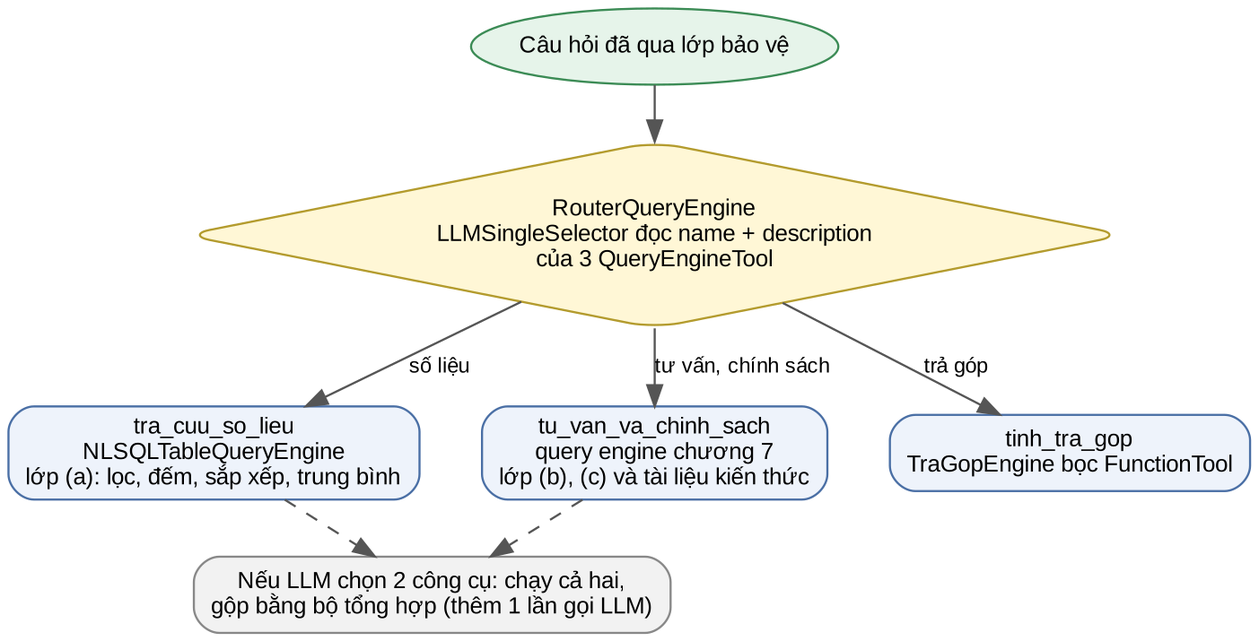
Before: hinh/hinh_8_router.png, a diagram exported from Graphviz (npone25/LlamaIndex_RAG_Tech). Its source is kept beside it as hinh/hinh_8_router.dot. Source of this version:
```dot
digraph G {
  rankdir=TB; nodesep=0.4; ranksep=0.35;
  node [shape=box, style="rounded,filled", fillcolor="#eef3fb", color="#4a6fa5", fontname="Liberation Sans", fontsize=11];
  edge [color="#555555", fontname="Liberation Sans", fontsize=10];
  q [label="Câu hỏi đã qua lớp bảo vệ", shape=ellipse, fillcolor="#e6f4ea", color="#3b8b55"];
  r [label="RouterQueryEngine\nLLMSingleSelector đọc name + description\ncủa 3 QueryEngineTool", shape=diamond, fillcolor="#fff7d6", color="#b39b2d"];
  a [label="tra_cuu_so_lieu\nNLSQLTableQueryEngine\nlớp (a): lọc, đếm, sắp xếp, trung bình"];
  b [label="tu_van_va_chinh_sach\nquery engine chương 7\nlớp (b), (c) và tài liệu kiến thức"];
  c [label="tinh_tra_gop\nTraGopEngine bọc FunctionTool"];
  m [label="Nếu LLM chọn 2 công cụ: chạy cả hai,\ngộp bằng bộ tổng hợp (thêm 1 lần gọi LLM)", fillcolor="#f2f2f2", color="#888888"];
  q -> r;
  r -> a [label="số liệu"];
  r -> b [label="tư vấn, chính sách"];
  r -> c [label="trả góp"];
  a -> m [style=dashed]; b -> m [style=dashed];
}
```
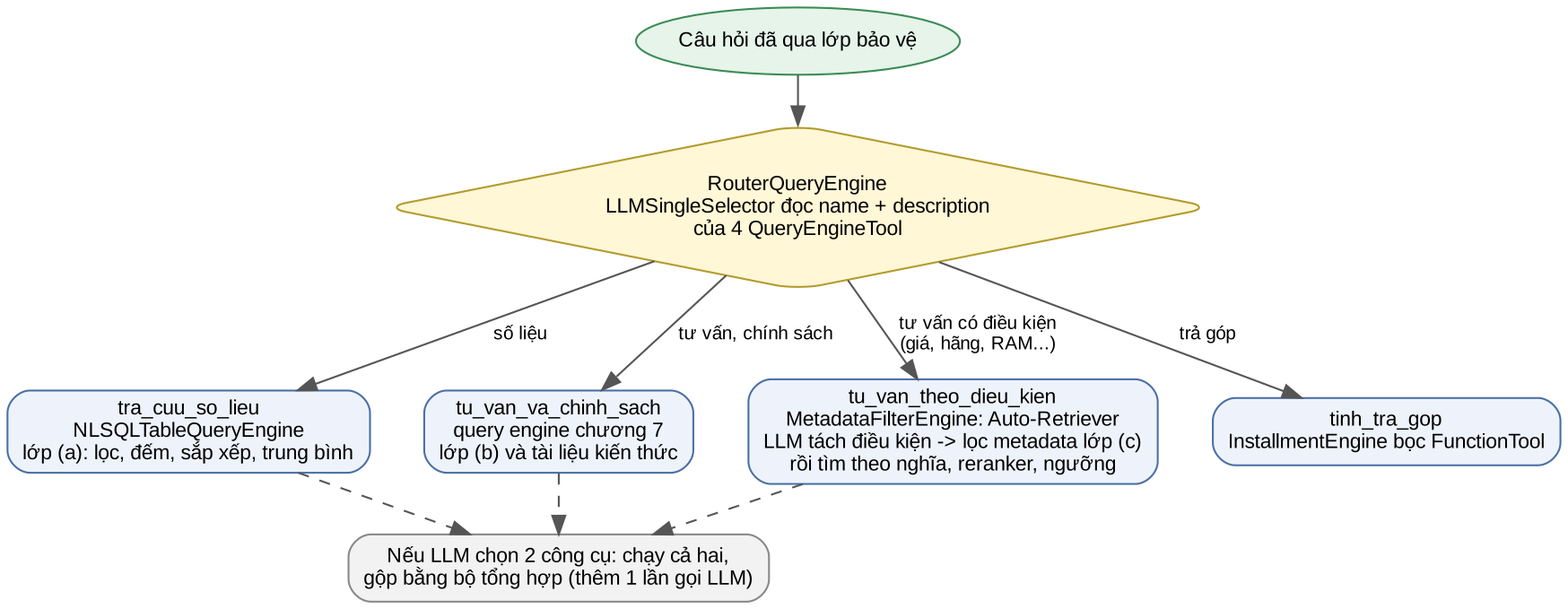
The same diagram one commit later.

What changed in the source:
```diff
@@ -3,14 +3,16 @@
   node [shape=box, style="rounded,filled", fillcolor="#eef3fb", color="#4a6fa5", fontname="Liberation Sans", fontsize=11];
   edge [color="#555555", fontname="Liberation Sans", fontsize=10];
   q [label="Câu hỏi đã qua lớp bảo vệ", shape=ellipse, fillcolor="#e6f4ea", color="#3b8b55"];
-  r [label="RouterQueryEngine\nLLMSingleSelector đọc name + description\ncủa 3 QueryEngineTool", shape=diamond, fillcolor="#fff7d6", color="#b39b2d"];
+  r [label="RouterQueryEngine\nLLMSingleSelector đọc name + description\ncủa 4 QueryEngineTool", shape=diamond, fillcolor="#fff7d6", color="#b39b2d"];
   a [label="tra_cuu_so_lieu\nNLSQLTableQueryEngine\nlớp (a): lọc, đếm, sắp xếp, trung bình"];
-  b [label="tu_van_va_chinh_sach\nquery engine chương 7\nlớp (b), (c) và tài liệu kiến thức"];
-  c [label="tinh_tra_gop\nTraGopEngine bọc FunctionTool"];
+  b [label="tu_van_va_chinh_sach\nquery engine chương 7\nlớp (b) và tài liệu kiến thức"];
+  d [label="tu_van_theo_dieu_kien\nMetadataFilterEngine: Auto-Retriever\nLLM tách điều kiện -> lọc metadata lớp (c)\nrồi tìm theo nghĩa, reranker, ngưỡng"];
+  c [label="tinh_tra_gop\nInstallmentEngine bọc FunctionTool"];
   m [label="Nếu LLM chọn 2 công cụ: chạy cả hai,\ngộp bằng bộ tổng hợp (thêm 1 lần gọi LLM)", fillcolor="#f2f2f2", color="#888888"];
   q -> r;
   r -> a [label="số liệu"];
   r -> b [label="tư vấn, chính sách"];
+  r -> d [label="tư vấn có điều kiện\n(giá, hãng, RAM...)"];
   r -> c [label="trả góp"];
-  a -> m [style=dashed]; b -> m [style=dashed];
+  a -> m [style=dashed]; b -> m [style=dashed]; d -> m [style=dashed];
 }
```
